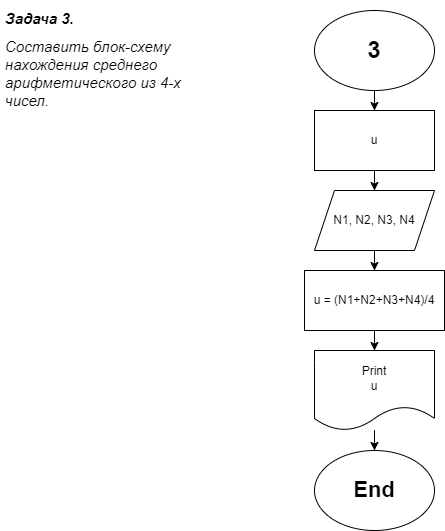
Before: ДЗ_задача3.drawio.png, a diagram exported from draw.io (napaser88/Homeworks). Source tidied: cells renumbered, new cells last; positions are measured from the earlier drawing's top-left corner, leaving out a move shared by most shapes.
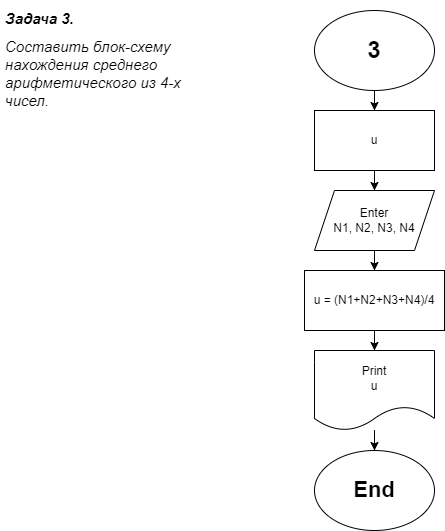
Above is the later version.

Diff of the diagram source:
```diff
@@ -14,7 +14,7 @@
     <mxCell id="5" style="edgeStyle=orthogonalEdgeStyle;rounded=0;jettySize=auto;html=1;" parent="1" edge="1" source="6" target="10">
       <mxGeometry relative="1" as="geometry" />
     </mxCell>
-    <mxCell id="6" value="N1, N2, N3, N4" style="shape=parallelogram;perimeter=parallelogramPerimeter;whiteSpace=wrap;html=1;fixedSize=1;" parent="1" vertex="1">
+    <mxCell id="6" value="Enter&lt;br&gt;N1, N2, N3, N4" style="shape=parallelogram;perimeter=parallelogramPerimeter;whiteSpace=wrap;html=1;fixedSize=1;" parent="1" vertex="1">
       <mxGeometry x="314" y="180" width="120" height="60" as="geometry" />
     </mxCell>
     <mxCell id="7" style="edgeStyle=orthogonalEdgeStyle;rounded=0;jettySize=auto;html=1;" parent="1" edge="1" source="8" target="6">
```
